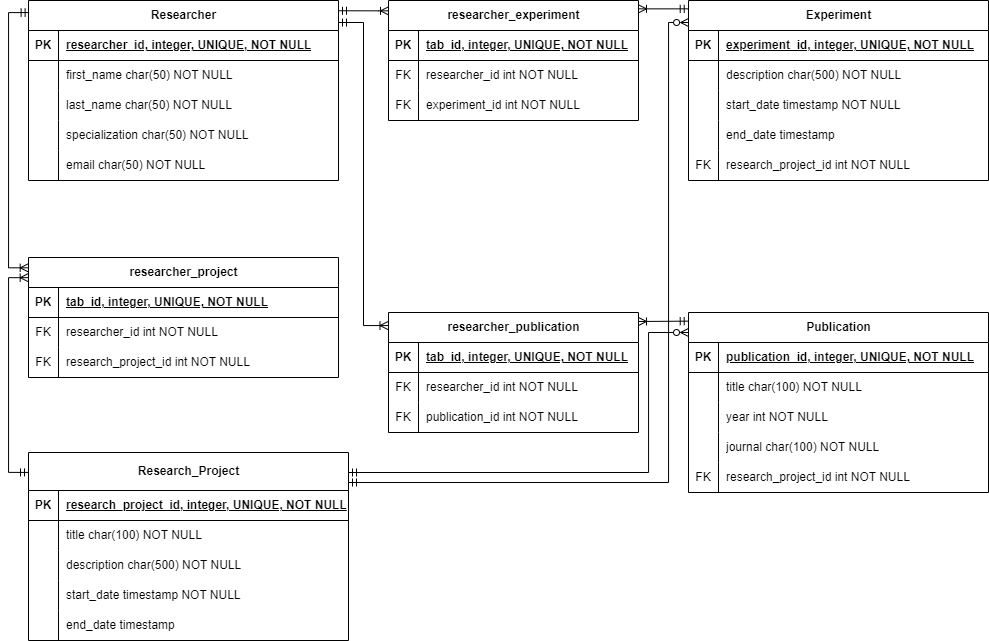
Earlier version of the draw.io export DB scheme.png (w7fj/db-sci-research-is). Source tidied: cells renumbered, new cells last; positions are measured from the earlier drawing's top-left corner, leaving out a move shared by most shapes.
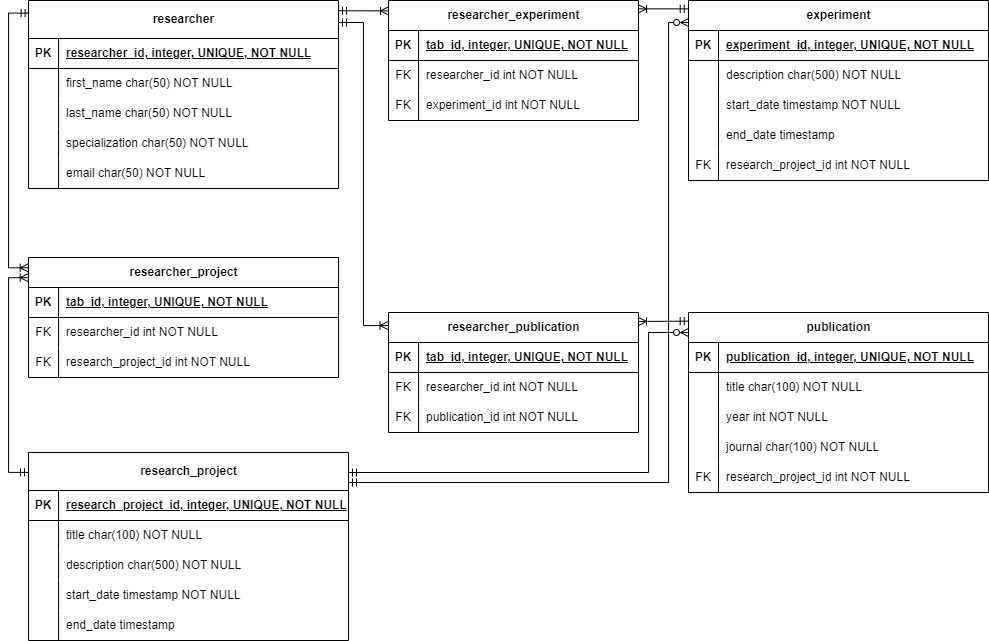
After the commit.

Commit message:
Update report and DB schema

Change to the diagram source:
```diff
@@ -2,11 +2,11 @@
   <root>
     <mxCell id="0" />
     <mxCell id="1" parent="0" />
-    <mxCell id="2" value="Researcher" style="shape=table;startSize=30;rowLines=0;fontStyle=1;align=center;html=1;noLabel=0;strokeWidth=1;textShadow=0;rounded=0;shadow=0;resizeLastRow=0;absoluteArcSize=0;swimlaneBody=1;left=1;bottom=1;portConstraint=none;labelPadding=0;portConstraintRotation=0;snapToPoint=0;perimeter=rectanglePerimeter;fixDash=0;backgroundOutline=0;fixedWidth=0;enumerate=0;comic=0;" parent="1" vertex="1">
-      <mxGeometry x="20" width="310" height="180" as="geometry" />
+    <mxCell id="2" value="researcher" style="shape=table;startSize=38;rowLines=0;fontStyle=1;align=center;html=1;noLabel=0;strokeWidth=1;textShadow=0;rounded=0;shadow=0;resizeLastRow=0;absoluteArcSize=0;swimlaneBody=1;left=1;bottom=1;portConstraint=none;labelPadding=0;portConstraintRotation=0;snapToPoint=0;perimeter=rectanglePerimeter;fixDash=0;backgroundOutline=0;fixedWidth=0;enumerate=0;comic=0;" parent="1" vertex="1">
+      <mxGeometry x="20" width="310" height="188" as="geometry" />
     </mxCell>
     <mxCell id="3" style="shape=tableRow;horizontal=0;startSize=0;swimlaneHead=0;swimlaneBody=0;fillColor=none;top=0;left=0;right=0;bottom=1;noLabel=0;" parent="2" vertex="1">
-      <mxGeometry y="30" width="310" height="30" as="geometry" />
+      <mxGeometry y="38" width="310" height="30" as="geometry" />
     </mxCell>
     <mxCell id="4" value="PK" style="shape=partialRectangle;fillColor=none;top=0;left=0;bottom=0;right=0;fontStyle=1;overflow=hidden;whiteSpace=wrap;html=1;noLabel=0;" parent="3" vertex="1">
       <mxGeometry width="30" height="30" as="geometry" />
@@ -15,7 +15,7 @@
       <mxGeometry x="30" width="280" height="30" as="geometry" />
     </mxCell>
     <mxCell id="6" style="shape=tableRow;horizontal=0;startSize=0;swimlaneHead=0;swimlaneBody=0;fillColor=none;top=0;left=0;right=0;bottom=0;noLabel=0;" parent="2" vertex="1">
-      <mxGeometry y="60" width="310" height="30" as="geometry" />
+      <mxGeometry y="68" width="310" height="30" as="geometry" />
     </mxCell>
     <mxCell id="7" style="shape=partialRectangle;fillColor=none;top=0;left=0;bottom=0;right=0;overflow=hidden;whiteSpace=wrap;html=1;noLabel=0;" parent="6" vertex="1">
       <mxGeometry width="30" height="30" as="geometry" />
@@ -24,7 +24,7 @@
       <mxGeometry x="30" width="280" height="30" as="geometry" />
     </mxCell>
     <mxCell id="9" style="shape=tableRow;horizontal=0;startSize=0;swimlaneHead=0;swimlaneBody=0;fillColor=none;top=0;left=0;right=0;bottom=0;noLabel=0;" parent="2" vertex="1">
-      <mxGeometry y="90" width="310" height="30" as="geometry" />
+      <mxGeometry y="98" width="310" height="30" as="geometry" />
     </mxCell>
     <mxCell id="10" style="shape=partialRectangle;fillColor=none;top=0;left=0;bottom=0;right=0;overflow=hidden;whiteSpace=wrap;html=1;noLabel=0;" parent="9" vertex="1">
       <mxGeometry width="30" height="30" as="geometry" />
@@ -33,7 +33,7 @@
       <mxGeometry x="30" width="280" height="30" as="geometry" />
     </mxCell>
     <mxCell id="12" style="shape=tableRow;horizontal=0;startSize=0;swimlaneHead=0;swimlaneBody=0;fillColor=none;top=0;left=0;right=0;bottom=0;noLabel=0;" parent="2" vertex="1">
-      <mxGeometry y="120" width="310" height="30" as="geometry" />
+      <mxGeometry y="128" width="310" height="30" as="geometry" />
     </mxCell>
     <mxCell id="13" style="shape=partialRectangle;fillColor=none;top=0;left=0;bottom=0;right=0;overflow=hidden;whiteSpace=wrap;html=1;noLabel=0;" parent="12" vertex="1">
       <mxGeometry width="30" height="30" as="geometry" />
@@ -42,7 +42,7 @@
       <mxGeometry x="30" width="280" height="30" as="geometry" />
     </mxCell>
     <mxCell id="15" style="shape=tableRow;horizontal=0;startSize=0;swimlaneHead=0;swimlaneBody=0;fillColor=none;top=0;left=0;right=0;bottom=0;noLabel=0;" parent="2" vertex="1">
-      <mxGeometry y="150" width="310" height="30" as="geometry" />
+      <mxGeometry y="158" width="310" height="30" as="geometry" />
     </mxCell>
     <mxCell id="16" style="shape=partialRectangle;fillColor=none;top=0;left=0;bottom=0;right=0;overflow=hidden;whiteSpace=wrap;html=1;noLabel=0;" parent="15" vertex="1">
       <mxGeometry width="30" height="30" as="geometry" />
@@ -50,7 +50,7 @@
     <mxCell id="17" value="email char(50) NOT NULL" style="shape=partialRectangle;fillColor=none;top=0;left=0;bottom=0;right=0;align=left;spacingLeft=6;overflow=hidden;whiteSpace=wrap;html=1;noLabel=0;" parent="15" vertex="1">
       <mxGeometry x="30" width="280" height="30" as="geometry" />
     </mxCell>
-    <mxCell id="18" value="Research_Project" style="shape=table;startSize=38;rowLines=0;fontStyle=1;align=center;html=1;noLabel=0;strokeWidth=1;textShadow=0;rounded=0;shadow=0;resizeLastRow=0;absoluteArcSize=0;swimlaneBody=1;left=1;bottom=1;portConstraint=none;labelPadding=0;portConstraintRotation=0;snapToPoint=0;perimeter=rectanglePerimeter;fixDash=0;backgroundOutline=0;fixedWidth=0;enumerate=0;comic=0;" parent="1" vertex="1">
+    <mxCell id="18" value="research_project" style="shape=table;startSize=38;rowLines=0;fontStyle=1;align=center;html=1;noLabel=0;strokeWidth=1;textShadow=0;rounded=0;shadow=0;resizeLastRow=0;absoluteArcSize=0;swimlaneBody=1;left=1;bottom=1;portConstraint=none;labelPadding=0;portConstraintRotation=0;snapToPoint=0;perimeter=rectanglePerimeter;fixDash=0;backgroundOutline=0;fixedWidth=0;enumerate=0;comic=0;" parent="1" vertex="1">
       <mxGeometry x="20" y="452" width="320" height="188" as="geometry" />
     </mxCell>
     <mxCell id="19" style="shape=tableRow;horizontal=0;startSize=0;swimlaneHead=0;swimlaneBody=0;fillColor=none;top=0;left=0;right=0;bottom=1;noLabel=0;" parent="18" vertex="1">
@@ -136,7 +136,7 @@
     <mxCell id="44" value="research_project_id int NOT NULL" style="shape=partialRectangle;fillColor=none;top=0;left=0;bottom=0;right=0;align=left;spacingLeft=6;overflow=hidden;whiteSpace=wrap;html=1;" parent="42" vertex="1">
       <mxGeometry x="30" width="280" height="30" as="geometry" />
     </mxCell>
-    <mxCell id="45" value="Experiment" style="shape=table;startSize=30;rowLines=0;fontStyle=1;align=center;html=1;" parent="1" vertex="1">
+    <mxCell id="45" value="experiment" style="shape=table;startSize=30;rowLines=0;fontStyle=1;align=center;html=1;" parent="1" vertex="1">
       <mxGeometry x="680" width="300" height="180" as="geometry" />
     </mxCell>
     <mxCell id="46" style="shape=tableRow;horizontal=0;startSize=0;swimlaneHead=0;swimlaneBody=0;fillColor=none;top=0;left=0;right=0;bottom=1;" parent="45" vertex="1">
@@ -184,7 +184,7 @@
     <mxCell id="60" value="research_project_id int NOT NULL" style="shape=partialRectangle;fillColor=none;top=0;left=0;bottom=0;right=0;align=left;spacingLeft=6;overflow=hidden;whiteSpace=wrap;html=1;" parent="58" vertex="1">
       <mxGeometry x="30" width="270" height="30" as="geometry" />
     </mxCell>
-    <mxCell id="61" value="Publication" style="shape=table;startSize=30;rowLines=0;fontStyle=1;align=center;html=1;" parent="1" vertex="1">
+    <mxCell id="61" value="publication" style="shape=table;startSize=30;rowLines=0;fontStyle=1;align=center;html=1;" parent="1" vertex="1">
       <mxGeometry x="680" y="312" width="300" height="180" as="geometry" />
     </mxCell>
     <mxCell id="62" style="shape=tableRow;horizontal=0;startSize=0;swimlaneHead=0;swimlaneBody=0;fillColor=none;top=0;left=0;right=0;bottom=1;" parent="61" vertex="1">
```
